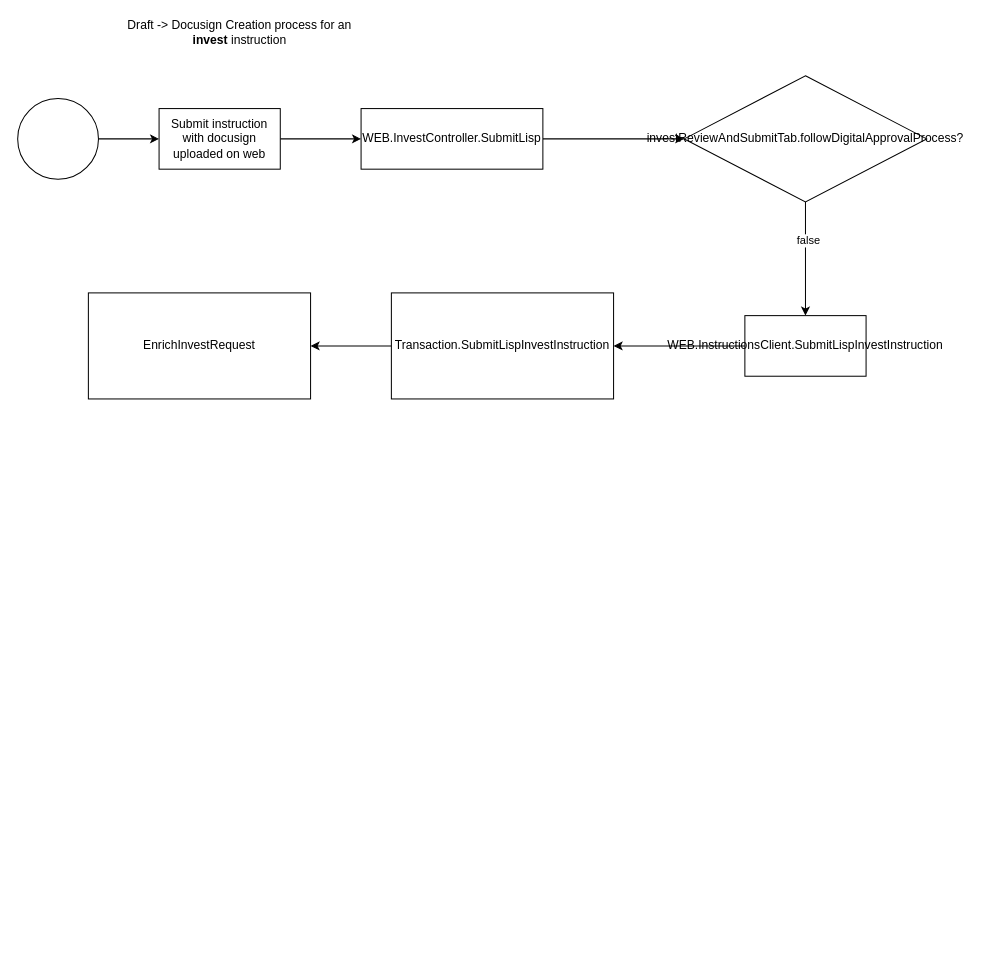
The draw.io diagram DocuSignStuckInstructions.drawio in AnthonyKubeka/TADiagrams, before the edit. Source tidied: cells renumbered, new cells numbered last; positions are measured from the earlier drawing's top-left corner, leaving out a move shared by most shapes. Both pictures are drawn from the tidied source at 101%, with x=0, y=0 at pixel (17, 17).
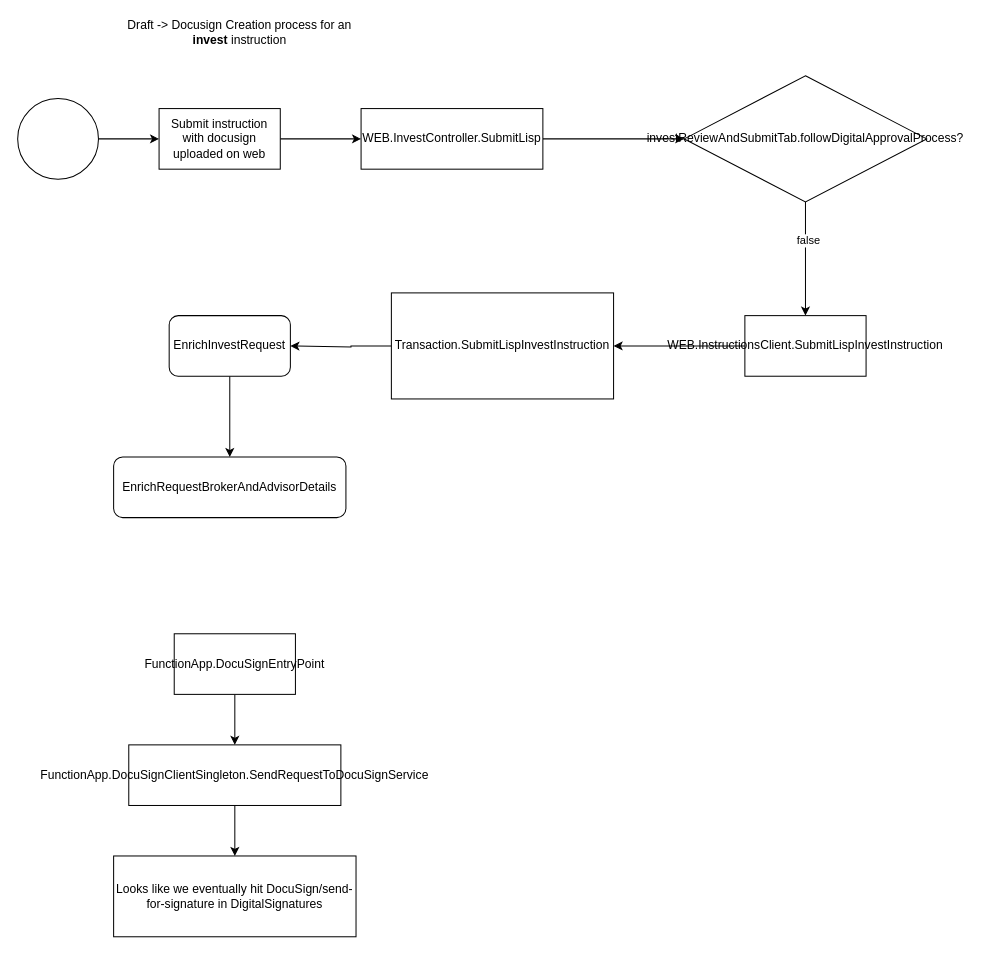
After the change.

Unchanged cells that the change refers to:
```xml
<mxCell id="15" value="Transaction.SubmitLispInvestInstruction" style="whiteSpace=wrap;html=1;" parent="1" vertex="1">
  <mxGeometry x="370" y="272.5" width="220" height="105" as="geometry" />
</mxCell>
```

Diff of the diagram source:
```diff
@@
-    <mxCell id="14" style="edgeStyle=orthogonalEdgeStyle;rounded=0;jettySize=auto;html=1;" parent="1" edge="1" source="15" target="16">
-      <mxGeometry relative="1" as="geometry" />
+    <mxCell id="14" style="edgeStyle=orthogonalEdgeStyle;rounded=0;jettySize=auto;html=1;entryX=1;entryY=0.5;entryDx=0;entryDy=0;" parent="1" edge="1" source="15" target="16">
+      <mxGeometry relative="1" as="geometry">
+        <Array as="points">
+          <mxPoint x="330" y="325" />
+          <mxPoint x="330" y="326" />
+        </Array>
+      </mxGeometry>
     </mxCell>
@@
+    <mxCell id="17" style="edgeStyle=orthogonalEdgeStyle;rounded=0;jettySize=auto;html=1;" parent="1" edge="1" source="16" target="18">
+      <mxGeometry relative="1" as="geometry" />
+    </mxCell>
-    <mxCell id="16" value="EnrichInvestRequest" style="whiteSpace=wrap;html=1;" parent="1" vertex="1">
-      <mxGeometry x="70" y="272.5" width="220" height="105" as="geometry" />
+    <mxCell id="16" value="EnrichInvestRequest" style="rounded=1;whiteSpace=wrap;html=1;" parent="1" vertex="1">
+      <mxGeometry x="150" y="295" width="120" height="60" as="geometry" />
     </mxCell>
+    <mxCell id="18" value="EnrichRequestBrokerAndAdvisorDetails" style="rounded=1;whiteSpace=wrap;html=1;" parent="1" vertex="1">
+      <mxGeometry x="95" y="435" width="230" height="60" as="geometry" />
+    </mxCell>
+    <mxCell id="19" value="Looks like we eventually hit&amp;nbsp;DocuSign/send-for-signature in DigitalSignatures" style="whiteSpace=wrap;html=1;" parent="1" vertex="1">
+      <mxGeometry x="95" y="830" width="240" height="80" as="geometry" />
+    </mxCell>
+    <mxCell id="20" style="edgeStyle=orthogonalEdgeStyle;rounded=0;jettySize=auto;html=1;" parent="1" edge="1" source="21" target="19">
+      <mxGeometry relative="1" as="geometry" />
+    </mxCell>
+    <mxCell id="21" value="FunctionApp.DocuSignClientSingleton.SendRequestToDocuSignService" style="rounded=0;whiteSpace=wrap;html=1;" parent="1" vertex="1">
+      <mxGeometry x="110" y="720" width="210" height="60" as="geometry" />
+    </mxCell>
+    <mxCell id="22" style="edgeStyle=orthogonalEdgeStyle;rounded=0;jettySize=auto;html=1;entryX=0.5;entryY=0;entryDx=0;entryDy=0;" parent="1" edge="1" source="23" target="21">
+      <mxGeometry relative="1" as="geometry" />
+    </mxCell>
+    <mxCell id="23" value="FunctionApp.DocuSignEntryPoint" style="rounded=0;whiteSpace=wrap;html=1;" parent="1" vertex="1">
+      <mxGeometry x="155" y="610" width="120" height="60" as="geometry" />
+    </mxCell>
```
